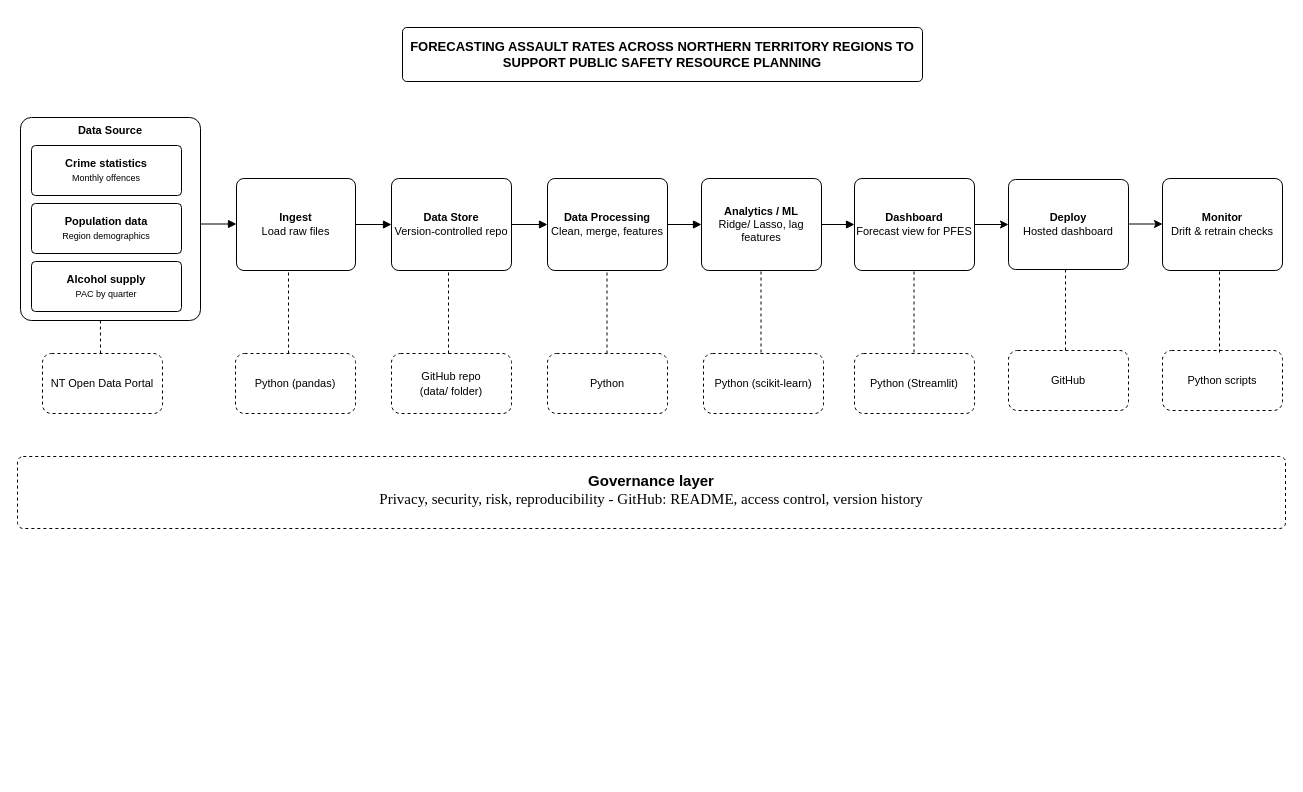
This is diagrams/Updated diagram 08 Aug.drawio from HendrickDang/PRT661-DATA-SCIENCE-PRACTICE, a draw.io file, before an edit. Source tidied: cells renumbered, new cells numbered last; positions are measured from the earlier drawing's top-left corner, leaving out a move shared by most shapes. Both pictures are drawn from the tidied source at 100%, with x=0, y=0 at pixel (17, 27).
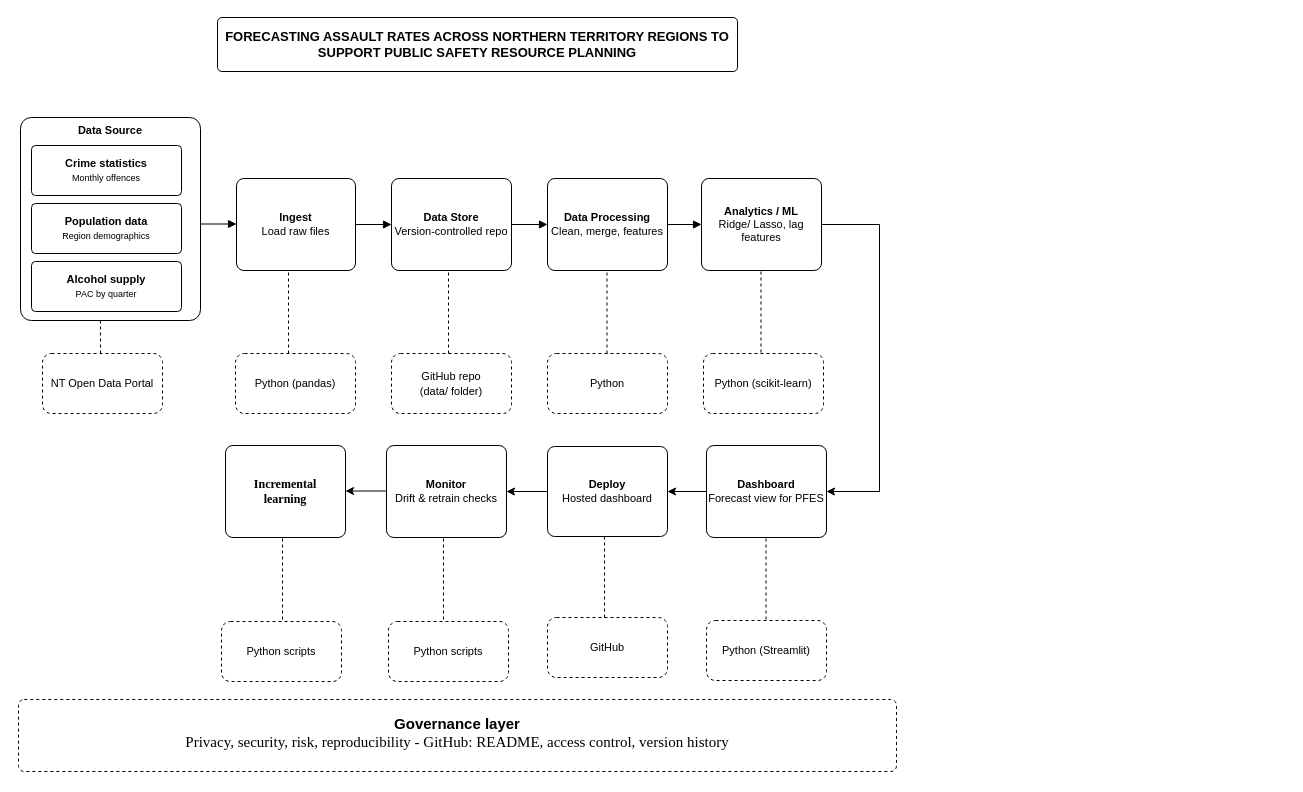
The same page after the edit.

The change refers to these unchanged cells:
```xml
<mxCell id="10" value="&lt;b&gt;&lt;font&gt;Analytics / ML&lt;/font&gt;&lt;/b&gt;&lt;div&gt;&lt;font&gt;Ridge/ Lasso, lag features&lt;/font&gt;&lt;/div&gt;" style="rounded=1;whiteSpace=wrap;html=1;fillColor=#FFFFFF;strokeColor=#000000;fontColor=#000000;align=center;verticalAlign=middle;fontSize=11;arcSize=8;" parent="1" vertex="1">
  <mxGeometry x="684" y="151" width="120" height="92" as="geometry" />
</mxCell>
```

Change to the diagram source:
```diff
@@
     <mxCell id="2" value="FORECASTING ASSAULT RATES ACROSS NORTHERN TERRITORY REGIONS TO SUPPORT PUBLIC SAFETY RESOURCE PLANNING" style="rounded=1;whiteSpace=wrap;html=1;fillColor=#FFFFFF;strokeColor=#000000;fontColor=#000000;align=center;verticalAlign=middle;fontSize=11;arcSize=8;fontSize=13;fontStyle=1;" parent="1" vertex="1">
-      <mxGeometry x="385" width="520" height="54" as="geometry" />
+      <mxGeometry x="200" y="-10" width="520" height="54" as="geometry" />
     </mxCell>
@@
-    <mxCell id="11" style="edgeStyle=orthogonalEdgeStyle;rounded=0;jettySize=auto;html=1;entryX=0;entryY=0.5;entryDx=0;entryDy=0;" parent="1" edge="1" source="12" target="18">
+    <mxCell id="11" style="edgeStyle=orthogonalEdgeStyle;rounded=0;jettySize=auto;html=1;entryX=1;entryY=0.5;entryDx=0;entryDy=0;" parent="1" edge="1" source="12" target="18">
       <mxGeometry relative="1" as="geometry" />
     </mxCell>
     <mxCell id="12" value="&lt;b&gt;&lt;font&gt;Dashboard&lt;/font&gt;&lt;/b&gt;&lt;div&gt;&lt;font&gt;Forecast view for PFES&lt;/font&gt;&lt;/div&gt;" style="rounded=1;whiteSpace=wrap;html=1;fillColor=#FFFFFF;strokeColor=#000000;fontColor=#000000;align=center;verticalAlign=middle;fontSize=11;arcSize=8;" parent="1" vertex="1">
-      <mxGeometry x="837" y="151" width="120" height="92" as="geometry" />
+      <mxGeometry x="689" y="418" width="120" height="92" as="geometry" />
     </mxCell>
     <mxCell id="13" value="&lt;div&gt;&lt;span style=&quot;font-family: Arial-BoldMT; font-variant: normal;&quot;&gt;&lt;font style=&quot;font-size: 15px;&quot;&gt;&lt;span style=&quot;color: rgb(0, 0, 0);&quot;&gt;&lt;b style=&quot;&quot;&gt;&lt;br&gt;&lt;/b&gt;&lt;/span&gt;&lt;/font&gt;&lt;/span&gt;&lt;/div&gt;&lt;span style=&quot;font-variant: normal;&quot;&gt;&lt;font style=&quot;&quot;&gt;&lt;span style=&quot;font-family: Arial-BoldMT; font-size: 15px; color: rgb(0, 0, 0);&quot;&gt;&lt;b style=&quot;&quot;&gt;Governance layer&lt;/b&gt;&lt;br style=&quot;font-variant: normal; line-height: normal; text-align: -webkit-auto; text-size-adjust: auto;&quot;&gt;&lt;/span&gt;&lt;span style=&quot;font-variant: normal;&quot;&gt;&lt;span style=&quot;color: rgb(0, 0, 0);&quot;&gt;&lt;font face=&quot;Times New Roman&quot;&gt;&lt;span style=&quot;font-size: 15px;&quot;&gt;Privacy, se&lt;/span&gt;&lt;font style=&quot;font-size: 15px;&quot;&gt;curity, risk, reproducibility - GitHub: README, access control, version history&lt;/font&gt;&lt;/font&gt;&lt;/span&gt;&lt;/span&gt;&lt;/font&gt;&lt;/span&gt;&lt;div&gt;&lt;span style=&quot;font-family: Arial-BoldMT; font-size: 15pt; font-variant: normal;&quot;&gt;&lt;span style=&quot;font-size: 15pt; font-variant: normal;&quot;&gt;&lt;br class=&quot;Apple-interchange-newline&quot;&gt;&lt;/span&gt;&lt;/span&gt;&lt;/div&gt;" style="rounded=1;whiteSpace=wrap;html=1;fillColor=#FFFFFF;strokeColor=#000000;fontColor=#000000;align=center;verticalAlign=middle;fontSize=11;arcSize=8;dashed=1;" parent="1" vertex="1">
-      <mxGeometry y="429" width="1268" height="72" as="geometry" />
+      <mxGeometry x="1" y="672" width="878" height="72" as="geometry" />
     </mxCell>
@@
-    <mxCell id="17" style="edgeStyle=orthogonalEdgeStyle;rounded=1;html=1;strokeColor=#000000;strokeWidth=1;endArrow=block;" parent="1" edge="1" source="10" target="12">
-      <mxGeometry relative="1" as="geometry" />
-    </mxCell>
     <mxCell id="18" value="&lt;div&gt;&lt;b&gt;&lt;font&gt;Deploy&lt;/font&gt;&lt;/b&gt;&lt;/div&gt;&lt;div&gt;&lt;font&gt;Hosted dashboard&lt;/font&gt;&lt;/div&gt;" style="rounded=1;whiteSpace=wrap;html=1;fillColor=#FFFFFF;strokeColor=#000000;fontColor=#000000;align=center;verticalAlign=middle;fontSize=11;arcSize=8;" parent="1" vertex="1">
-      <mxGeometry x="991" y="152" width="120" height="90" as="geometry" />
+      <mxGeometry x="530" y="419" width="120" height="90" as="geometry" />
     </mxCell>
     <mxCell id="19" value="&lt;b&gt;&lt;font&gt;Monitor&lt;/font&gt;&lt;/b&gt;&lt;div&gt;&lt;font&gt;Drift &amp;amp; retrain checks&lt;/font&gt;&lt;/div&gt;" style="rounded=1;whiteSpace=wrap;html=1;fillColor=#FFFFFF;strokeColor=#000000;fontColor=#000000;align=center;verticalAlign=middle;fontSize=11;arcSize=8;" parent="1" vertex="1">
-      <mxGeometry x="1145" y="151" width="120" height="92" as="geometry" />
+      <mxGeometry x="369" y="418" width="120" height="92" as="geometry" />
     </mxCell>
-    <mxCell id="20" style="edgeStyle=orthogonalEdgeStyle;rounded=0;orthogonalLoop=1;jettySize=auto;html=1;entryX=0;entryY=0.5;entryDx=0;entryDy=0;" parent="1" edge="1">
-      <mxGeometry relative="1" as="geometry">
-        <mxPoint x="1111" y="196.5" as="sourcePoint" />
-        <mxPoint x="1145" y="196.5" as="targetPoint" />
-        <Array as="points">
-          <mxPoint x="1145" y="196.5" />
-        </Array>
-      </mxGeometry>
-    </mxCell>
@@
     <mxCell id="27" value="&lt;font style=&quot;font-size: 11px;&quot;&gt;Python (Streamlit)&lt;/font&gt;" style="rounded=1;whiteSpace=wrap;html=1;dashed=1;" parent="1" vertex="1">
-      <mxGeometry x="837" y="326" width="120" height="60" as="geometry" />
+      <mxGeometry x="689" y="593" width="120" height="60" as="geometry" />
     </mxCell>
     <mxCell id="28" value="&lt;font style=&quot;font-size: 11px;&quot;&gt;GitHub&lt;/font&gt;" style="rounded=1;whiteSpace=wrap;html=1;dashed=1;" parent="1" vertex="1">
-      <mxGeometry x="991" y="323" width="120" height="60" as="geometry" />
+      <mxGeometry x="530" y="590" width="120" height="60" as="geometry" />
     </mxCell>
     <mxCell id="29" value="&lt;font style=&quot;font-size: 11px;&quot;&gt;Python scripts&lt;/font&gt;" style="rounded=1;whiteSpace=wrap;html=1;dashed=1;" parent="1" vertex="1">
-      <mxGeometry x="1145" y="323" width="120" height="60" as="geometry" />
+      <mxGeometry x="371" y="594" width="120" height="60" as="geometry" />
     </mxCell>
@@
     <mxCell id="34" style="endArrow=none;dashed=1;html=1;rounded=0;exitX=0.442;exitY=0;exitDx=0;exitDy=0;exitPerimeter=0;entryX=0.437;entryY=1;entryDx=0;entryDy=0;entryPerimeter=0;" parent="1" edge="1">
       <mxGeometry relative="1" as="geometry">
-        <mxPoint x="896.5" y="325" as="sourcePoint" />
-        <mxPoint x="896.5" y="242" as="targetPoint" />
+        <mxPoint x="748.5" y="592" as="sourcePoint" />
+        <mxPoint x="748.5" y="509" as="targetPoint" />
       </mxGeometry>
     </mxCell>
     <mxCell id="35" style="endArrow=none;dashed=1;html=1;rounded=0;exitX=0.442;exitY=0;exitDx=0;exitDy=0;exitPerimeter=0;entryX=0.437;entryY=1;entryDx=0;entryDy=0;entryPerimeter=0;" parent="1" edge="1">
       <mxGeometry relative="1" as="geometry">
-        <mxPoint x="1048" y="323" as="sourcePoint" />
-        <mxPoint x="1048" y="240" as="targetPoint" />
+        <mxPoint x="587" y="590" as="sourcePoint" />
+        <mxPoint x="587" y="507" as="targetPoint" />
       </mxGeometry>
     </mxCell>
     <mxCell id="36" style="endArrow=none;dashed=1;html=1;rounded=0;exitX=0.442;exitY=0;exitDx=0;exitDy=0;exitPerimeter=0;entryX=0.437;entryY=1;entryDx=0;entryDy=0;entryPerimeter=0;" parent="1" edge="1">
       <mxGeometry relative="1" as="geometry">
-        <mxPoint x="1202" y="325" as="sourcePoint" />
-        <mxPoint x="1202" y="242" as="targetPoint" />
+        <mxPoint x="426" y="592" as="sourcePoint" />
+        <mxPoint x="426" y="509" as="targetPoint" />
       </mxGeometry>
     </mxCell>
@@
+    <mxCell id="38" style="endArrow=classic;html=1;rounded=0;entryX=1;entryY=0.5;entryDx=0;entryDy=0;exitX=0;exitY=0.5;exitDx=0;exitDy=0;" parent="1" edge="1" source="18" target="19">
+      <mxGeometry relative="1" as="geometry" />
+    </mxCell>
+    <mxCell id="17" style="endArrow=classic;html=1;rounded=0;exitX=1;exitY=0.5;exitDx=0;exitDy=0;entryX=1;entryY=0.5;entryDx=0;entryDy=0;edgeStyle=orthogonalEdgeStyle;" parent="1" edge="1" source="10" target="12">
+      <mxGeometry relative="1" as="geometry">
+        <Array as="points">
+          <mxPoint x="862" y="197" />
+          <mxPoint x="862" y="464" />
+        </Array>
+      </mxGeometry>
+    </mxCell>
+    <mxCell id="39" value="&lt;b&gt;&lt;span style=&quot;font-family: &amp;quot;Times New Roman&amp;quot;, serif;&quot;&gt;&lt;font style=&quot;font-size: 12px;&quot;&gt;Incremental&lt;br&gt;learning&lt;/font&gt;&lt;/span&gt;&lt;/b&gt;" style="rounded=1;whiteSpace=wrap;html=1;fillColor=#FFFFFF;strokeColor=#000000;fontColor=#000000;align=center;verticalAlign=middle;fontSize=11;arcSize=8;" parent="1" vertex="1">
+      <mxGeometry x="208" y="418" width="120" height="92" as="geometry" />
+    </mxCell>
+    <mxCell id="40" value="&lt;font style=&quot;font-size: 11px;&quot;&gt;Python scripts&lt;/font&gt;" style="rounded=1;whiteSpace=wrap;html=1;dashed=1;" parent="1" vertex="1">
+      <mxGeometry x="204" y="594" width="120" height="60" as="geometry" />
+    </mxCell>
+    <mxCell id="41" style="endArrow=none;dashed=1;html=1;rounded=0;exitX=0.442;exitY=0;exitDx=0;exitDy=0;exitPerimeter=0;entryX=0.437;entryY=1;entryDx=0;entryDy=0;entryPerimeter=0;" parent="1" edge="1">
+      <mxGeometry relative="1" as="geometry">
+        <mxPoint x="265" y="592" as="sourcePoint" />
+        <mxPoint x="265" y="509" as="targetPoint" />
+      </mxGeometry>
+    </mxCell>
+    <mxCell id="42" style="endArrow=classic;html=1;rounded=0;entryX=1;entryY=0.5;entryDx=0;entryDy=0;exitX=0;exitY=0.5;exitDx=0;exitDy=0;" parent="1" edge="1">
+      <mxGeometry relative="1" as="geometry">
+        <mxPoint x="369" y="463.5" as="sourcePoint" />
+        <mxPoint x="328" y="463.5" as="targetPoint" />
+      </mxGeometry>
+    </mxCell>
```
